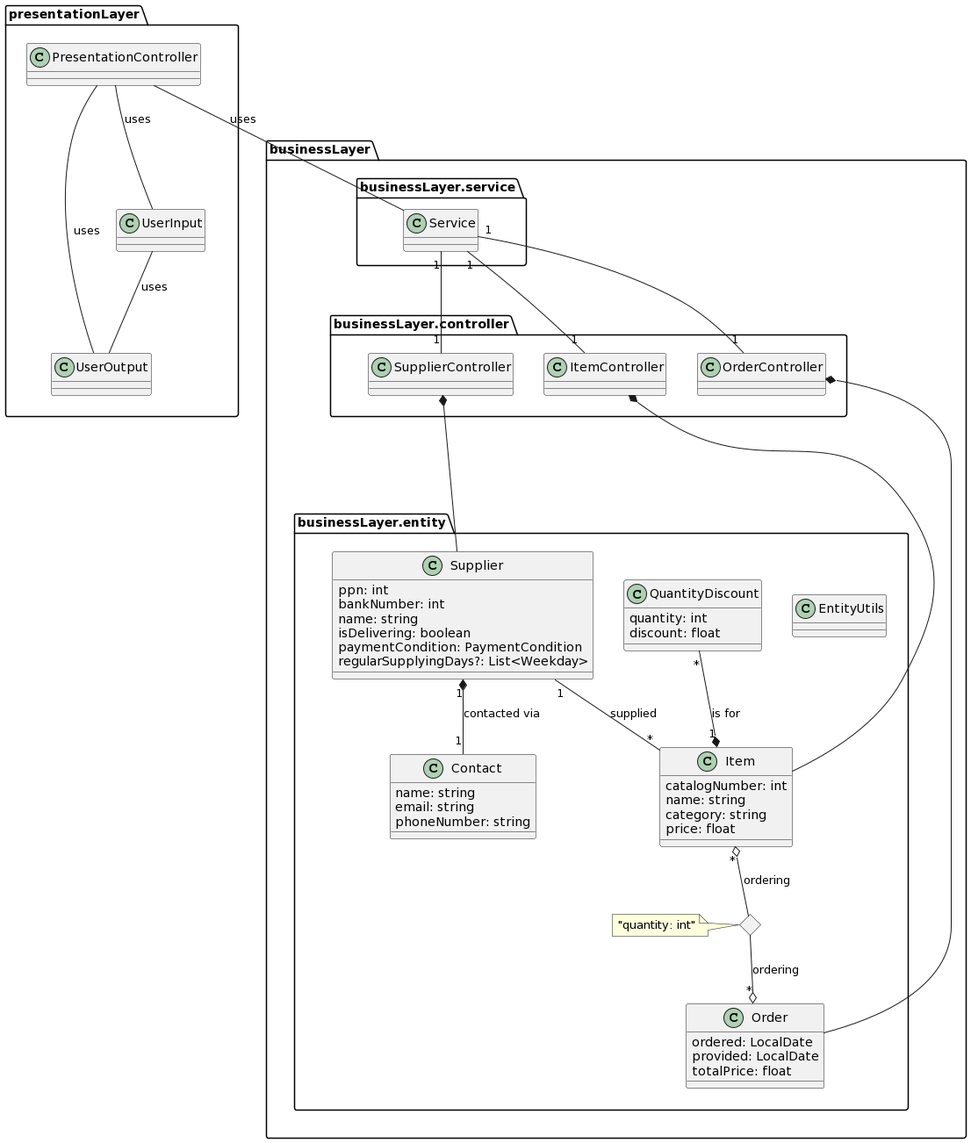
The PlantUML diagram docs/diagrams/cd.png in BatelBB/Analysis-Design-of-Software-Systems---Course-Prioject, before a commit.
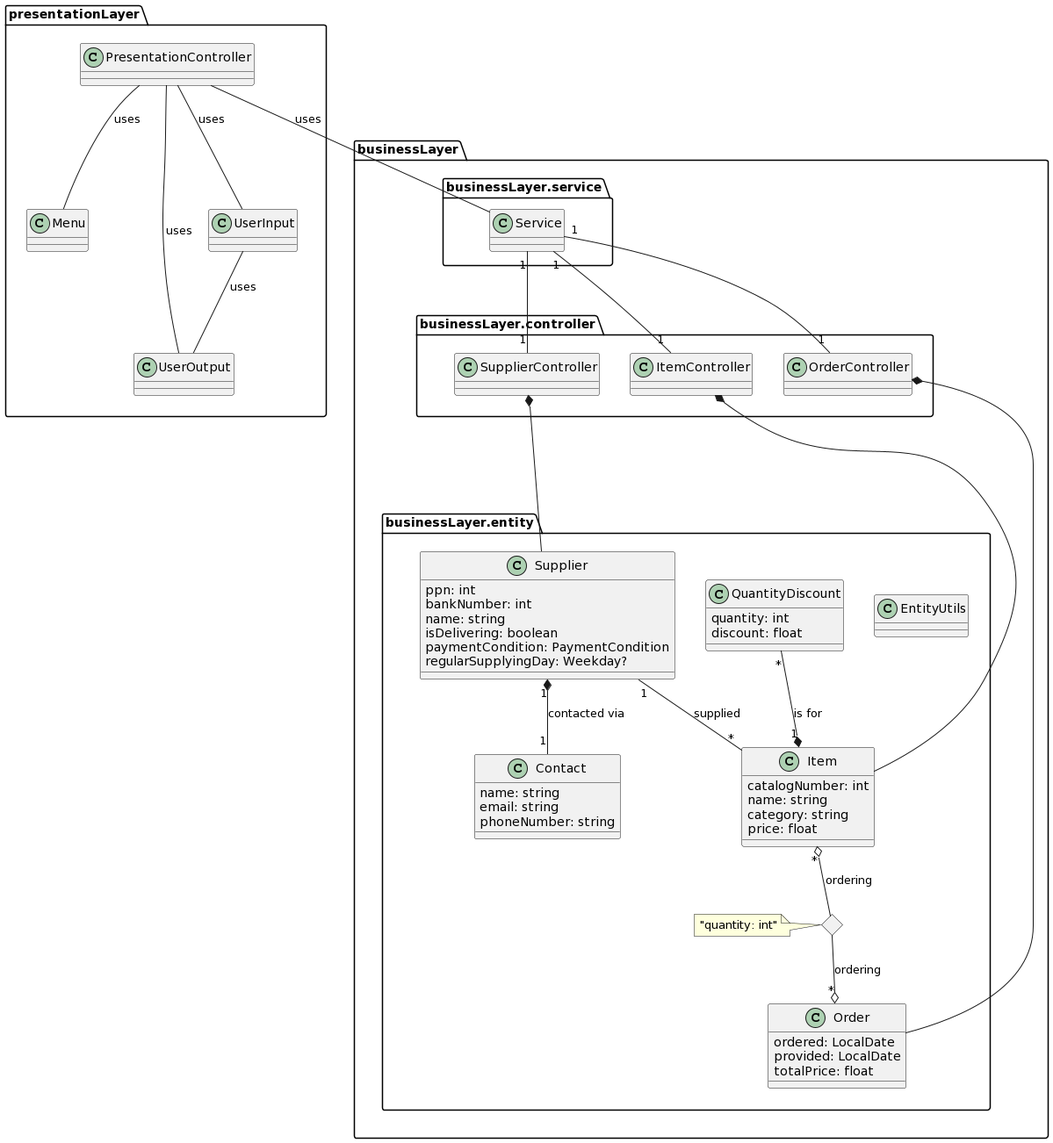
Later version of the same file.

What changed in the source:
```diff
@@ -3,6 +3,7 @@
 	PresentationController -- UserInput: uses
 	PresentationController -- UserOutput: uses
 	UserInput -- UserOutput: uses
+	PresentationController -- Menu: uses
 }
 
 package businessLayer {
@@ -17,7 +18,7 @@
 			name: string
 			isDelivering: boolean
 			paymentCondition: PaymentCondition
-			regularSupplyingDays?: List<Weekday>
+			regularSupplyingDay: Weekday?
 		}
 
 		class Contact {
```
